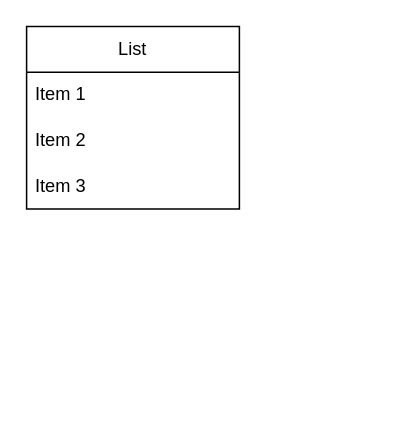
The draw.io diagram test.drawio in TramLeManh/Games2D-projects, before the edit. Source tidied: cells renumbered, new cells numbered last; positions are measured from the earlier drawing's top-left corner, leaving out a move shared by most shapes. Both pictures are drawn from the tidied source at 152%, with x=0, y=0 at pixel (26, 26).
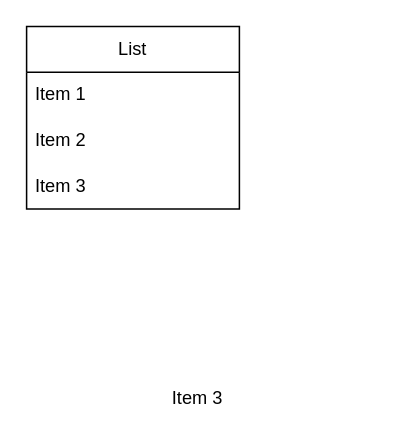
Above is the later version.

Change to the diagram source:
```diff
@@
 <mxGraphModel>
   <root>
     <mxCell id="0" />
     <mxCell id="1" parent="0" />
     <mxCell id="2" value="List" style="swimlane;fontStyle=0;horizontal=1;startSize=30;whiteSpace=wrap;html=1;" parent="1" vertex="1">
       <mxGeometry width="140" height="120" as="geometry" />
     </mxCell>
     <mxCell id="3" value="Item 1" style="text;strokeColor=none;fillColor=none;align=left;verticalAlign=middle;spacingLeft=4;spacingRight=4;overflow=hidden;whiteSpace=wrap;html=1;" parent="2" vertex="1">
       <mxGeometry y="30" width="140" height="30" as="geometry" />
     </mxCell>
     <mxCell id="4" value="Item 2" style="text;strokeColor=none;fillColor=none;align=left;verticalAlign=middle;spacingLeft=4;spacingRight=4;overflow=hidden;whiteSpace=wrap;html=1;" parent="2" vertex="1">
       <mxGeometry y="60" width="140" height="30" as="geometry" />
     </mxCell>
     <mxCell id="5" value="Item 3" style="text;strokeColor=none;fillColor=none;align=left;verticalAlign=middle;spacingLeft=4;spacingRight=4;overflow=hidden;whiteSpace=wrap;html=1;" parent="2" vertex="1">
       <mxGeometry y="90" width="140" height="30" as="geometry" />
     </mxCell>
+    <mxCell id="6" value="Item 3" style="text;strokeColor=none;fillColor=none;align=left;verticalAlign=middle;spacingLeft=4;spacingRight=4;overflow=hidden;whiteSpace=wrap;html=1;" parent="1" vertex="1">
+      <mxGeometry x="90" y="230" width="140" height="30" as="geometry" />
+    </mxCell>
   </root>
 </mxGraphModel>
```
